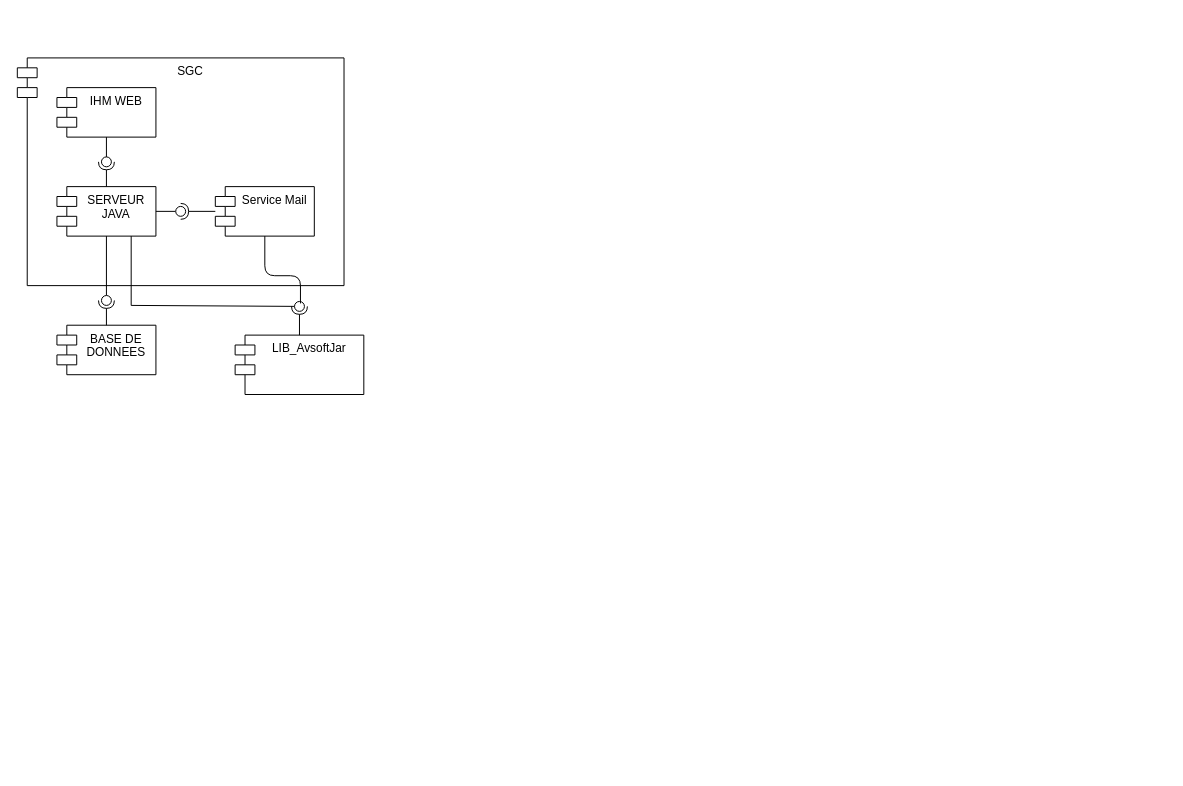
Before: page "Composant" (1 of 3) of Document/Diagramme.drawio in DaeronHTV/AVS_SGC, a draw.io diagram. Source tidied: cells renumbered, new cells numbered last; positions are measured from the earlier drawing's top-left corner, leaving out a move shared by most shapes. Both pictures are drawn from the tidied source at 99%, with x=0, y=0 at pixel (17, 57).
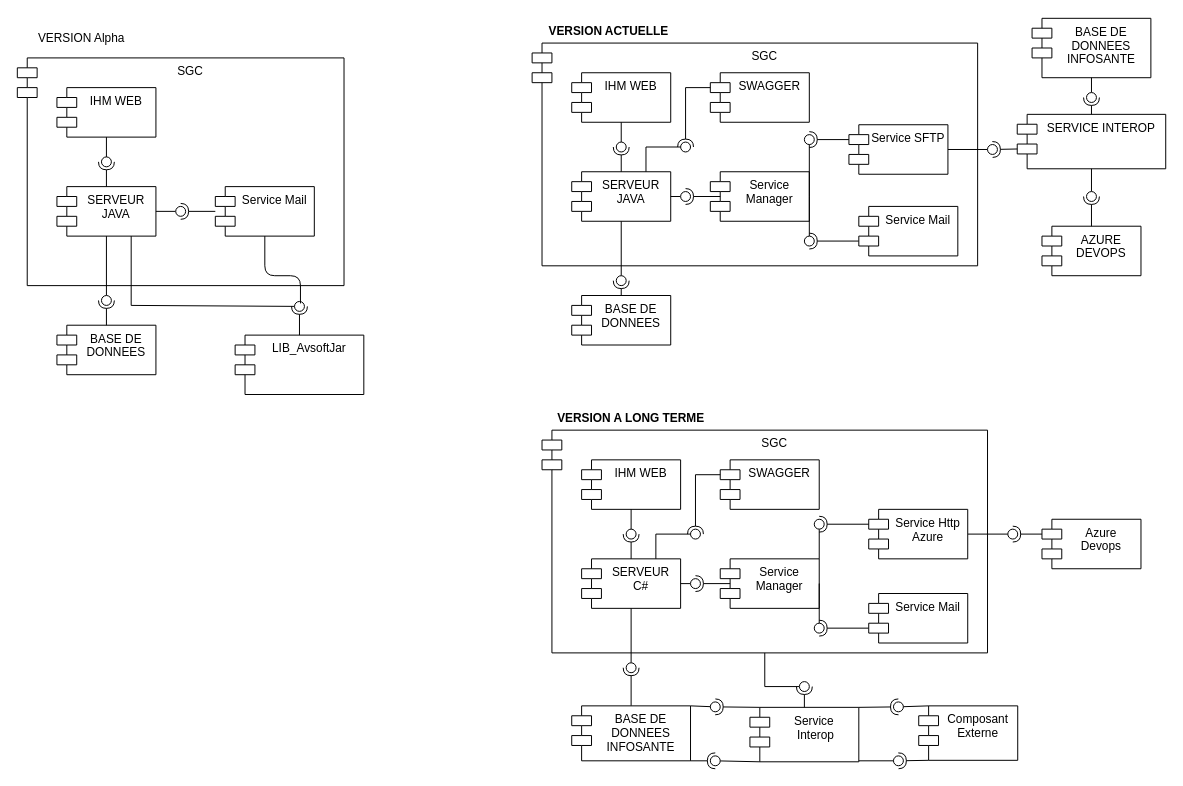
Above is the later version.

The edit, as a diff of the source:
```diff
@@
+    <mxCell id="21" value="SGC" style="shape=module;align=left;spacingLeft=20;align=center;verticalAlign=top;" parent="1" vertex="1">
+      <mxGeometry x="520" y="-15" width="450" height="225" as="geometry" />
+    </mxCell>
+    <mxCell id="22" style="rounded=0;jettySize=auto;html=1;endArrow=halfCircle;endFill=0;entryX=0.5;entryY=0.5;entryDx=0;entryDy=0;endSize=6;strokeWidth=1;exitX=0;exitY=0;exitDx=0;exitDy=35;exitPerimeter=0;" parent="1" edge="1" source="34" target="40">
+      <mxGeometry relative="1" as="geometry" />
+    </mxCell>
+    <mxCell id="23" style="rounded=0;jettySize=auto;html=1;endArrow=halfCircle;endFill=0;entryX=0.5;entryY=0.5;entryDx=0;entryDy=0;endSize=6;strokeWidth=1;exitX=1;exitY=0.5;exitDx=0;exitDy=0;" parent="1" edge="1" source="35" target="38">
+      <mxGeometry relative="1" as="geometry" />
+    </mxCell>
@@
+    <mxCell id="24" value="VERSION Alpha" style="text;html=1;strokeColor=none;fillColor=none;align=center;verticalAlign=middle;whiteSpace=wrap;rounded=0;" parent="1" vertex="1">
+      <mxGeometry x="10" y="-30" width="110" height="20" as="geometry" />
+    </mxCell>
+    <mxCell id="25" value="IHM WEB" style="shape=module;align=left;spacingLeft=20;align=center;verticalAlign=top;" parent="1" vertex="1">
+      <mxGeometry x="560" y="15" width="100" height="50" as="geometry" />
+    </mxCell>
+    <mxCell id="26" value="SERVEUR &#10;JAVA" style="shape=module;align=left;spacingLeft=20;align=center;verticalAlign=top;" parent="1" vertex="1">
+      <mxGeometry x="560" y="115" width="100" height="50" as="geometry" />
+    </mxCell>
+    <mxCell id="27" style="rounded=0;jettySize=auto;html=1;endArrow=none;endFill=0;exitX=0.5;exitY=1;exitDx=0;exitDy=0;" parent="1" edge="1" source="25" target="29">
+      <mxGeometry relative="1" as="geometry" />
+    </mxCell>
+    <mxCell id="28" style="rounded=0;jettySize=auto;html=1;endArrow=halfCircle;endFill=0;entryX=0.5;entryY=0.5;entryDx=0;entryDy=0;endSize=6;strokeWidth=1;exitX=0.5;exitY=0;exitDx=0;exitDy=0;" parent="1" edge="1" source="26" target="29">
+      <mxGeometry relative="1" as="geometry" />
+    </mxCell>
+    <mxCell id="29" style="ellipse;whiteSpace=wrap;html=1;fontFamily=Helvetica;fontSize=12;fontColor=#000000;align=center;strokeColor=#000000;fillColor=#ffffff;points=[];" parent="1" vertex="1">
+      <mxGeometry x="605" y="85" width="10" height="10" as="geometry" />
+    </mxCell>
+    <mxCell id="30" value="BASE DE &#10;DONNEES" style="shape=module;align=left;spacingLeft=20;align=center;verticalAlign=top;" parent="1" vertex="1">
+      <mxGeometry x="560" y="240" width="100" height="50" as="geometry" />
+    </mxCell>
+    <mxCell id="31" style="rounded=0;jettySize=auto;html=1;endArrow=none;endFill=0;exitX=0.5;exitY=1;exitDx=0;exitDy=0;" parent="1" edge="1" source="26" target="33">
+      <mxGeometry relative="1" as="geometry" />
+    </mxCell>
+    <mxCell id="32" style="rounded=0;jettySize=auto;html=1;endArrow=halfCircle;endFill=0;entryX=0.5;entryY=0.5;entryDx=0;entryDy=0;endSize=6;strokeWidth=1;exitX=0.5;exitY=0;exitDx=0;exitDy=0;" parent="1" edge="1" source="30" target="33">
+      <mxGeometry relative="1" as="geometry" />
+    </mxCell>
+    <mxCell id="33" style="ellipse;whiteSpace=wrap;html=1;fontFamily=Helvetica;fontSize=12;fontColor=#000000;align=center;strokeColor=#000000;fillColor=#ffffff;points=[];" parent="1" vertex="1">
+      <mxGeometry x="605" y="220" width="10" height="10" as="geometry" />
+    </mxCell>
+    <mxCell id="34" value="Service Mail" style="shape=module;align=left;spacingLeft=20;align=center;verticalAlign=top;" parent="1" vertex="1">
+      <mxGeometry x="850" y="150" width="100" height="50" as="geometry" />
+    </mxCell>
+    <mxCell id="35" value="Service&#10;Manager" style="shape=module;align=left;spacingLeft=20;align=center;verticalAlign=top;" parent="1" vertex="1">
+      <mxGeometry x="700" y="115" width="100" height="50" as="geometry" />
+    </mxCell>
+    <mxCell id="36" value="SWAGGER" style="shape=module;align=left;spacingLeft=20;align=center;verticalAlign=top;" parent="1" vertex="1">
+      <mxGeometry x="700" y="15" width="100" height="50" as="geometry" />
+    </mxCell>
+    <mxCell id="37" style="rounded=0;jettySize=auto;html=1;endArrow=none;endFill=0;exitX=1;exitY=0.5;exitDx=0;exitDy=0;" parent="1" edge="1" source="26" target="38">
+      <mxGeometry relative="1" as="geometry" />
+    </mxCell>
+    <mxCell id="38" style="ellipse;whiteSpace=wrap;html=1;fontFamily=Helvetica;fontSize=12;fontColor=#000000;align=center;strokeColor=#000000;fillColor=#ffffff;points=[];" parent="1" vertex="1">
+      <mxGeometry x="670" y="135" width="10" height="10" as="geometry" />
+    </mxCell>
+    <mxCell id="39" style="rounded=0;jettySize=auto;html=1;endArrow=none;endFill=0;exitX=1;exitY=0.5;exitDx=0;exitDy=0;" parent="1" edge="1" source="35" target="40">
+      <mxGeometry relative="1" as="geometry" />
+    </mxCell>
+    <mxCell id="40" style="ellipse;whiteSpace=wrap;html=1;fontFamily=Helvetica;fontSize=12;fontColor=#000000;align=center;strokeColor=#000000;fillColor=#ffffff;points=[];" parent="1" vertex="1">
+      <mxGeometry x="795" y="180" width="10" height="10" as="geometry" />
+    </mxCell>
+    <mxCell id="41" style="rounded=0;jettySize=auto;html=1;endArrow=none;endFill=0;exitX=0.75;exitY=0;exitDx=0;exitDy=0;" parent="1" edge="1" source="26" target="43">
+      <mxGeometry relative="1" as="geometry">
+        <Array as="points">
+          <mxPoint x="635" y="90" />
+        </Array>
+      </mxGeometry>
+    </mxCell>
+    <mxCell id="42" style="rounded=0;jettySize=auto;html=1;endArrow=halfCircle;endFill=0;entryX=0.5;entryY=0.5;entryDx=0;entryDy=0;endSize=6;strokeWidth=1;exitX=0;exitY=0;exitDx=0;exitDy=15;exitPerimeter=0;" parent="1" edge="1" source="36" target="43">
+      <mxGeometry relative="1" as="geometry">
+        <Array as="points">
+          <mxPoint x="675" y="30" />
+        </Array>
+      </mxGeometry>
+    </mxCell>
+    <mxCell id="43" style="ellipse;whiteSpace=wrap;html=1;fontFamily=Helvetica;fontSize=12;fontColor=#000000;align=center;strokeColor=#000000;fillColor=#ffffff;points=[];" parent="1" vertex="1">
+      <mxGeometry x="670" y="85" width="10" height="10" as="geometry" />
+    </mxCell>
+    <mxCell id="44" value="SERVICE INTEROP" style="shape=module;align=left;spacingLeft=20;align=center;verticalAlign=top;" parent="1" vertex="1">
+      <mxGeometry x="1010" y="57" width="150" height="55" as="geometry" />
+    </mxCell>
+    <mxCell id="45" style="rounded=0;jettySize=auto;html=1;endArrow=none;endFill=0;exitX=1;exitY=0.5;exitDx=0;exitDy=0;" parent="1" edge="1" source="56" target="47">
+      <mxGeometry relative="1" as="geometry" />
+    </mxCell>
+    <mxCell id="46" style="rounded=0;jettySize=auto;html=1;endArrow=halfCircle;endFill=0;entryX=0.5;entryY=0.5;entryDx=0;entryDy=0;endSize=6;strokeWidth=1;exitX=0;exitY=0;exitDx=0;exitDy=35;exitPerimeter=0;" parent="1" edge="1" source="44" target="47">
+      <mxGeometry relative="1" as="geometry" />
+    </mxCell>
+    <mxCell id="47" style="ellipse;whiteSpace=wrap;html=1;fontFamily=Helvetica;fontSize=12;fontColor=#000000;align=center;strokeColor=#000000;fillColor=#ffffff;points=[];" parent="1" vertex="1">
+      <mxGeometry x="980" y="87.5" width="10" height="10" as="geometry" />
+    </mxCell>
+    <mxCell id="48" value="BASE DE &#10;DONNEES &#10;INFOSANTE" style="shape=module;align=left;spacingLeft=20;align=center;verticalAlign=top;" parent="1" vertex="1">
+      <mxGeometry x="1025" y="-40" width="120" height="60" as="geometry" />
+    </mxCell>
+    <mxCell id="49" style="rounded=0;jettySize=auto;html=1;endArrow=none;endFill=0;exitX=0.5;exitY=1;exitDx=0;exitDy=0;" parent="1" edge="1" source="48" target="51">
+      <mxGeometry relative="1" as="geometry" />
+    </mxCell>
+    <mxCell id="50" style="rounded=0;jettySize=auto;html=1;endArrow=halfCircle;endFill=0;entryX=0.5;entryY=0.5;entryDx=0;entryDy=0;endSize=6;strokeWidth=1;exitX=0.5;exitY=0;exitDx=0;exitDy=0;" parent="1" edge="1" source="44" target="51">
+      <mxGeometry relative="1" as="geometry" />
+    </mxCell>
+    <mxCell id="51" style="ellipse;whiteSpace=wrap;html=1;fontFamily=Helvetica;fontSize=12;fontColor=#000000;align=center;strokeColor=#000000;fillColor=#ffffff;points=[];" parent="1" vertex="1">
+      <mxGeometry x="1080" y="35" width="10" height="10" as="geometry" />
+    </mxCell>
+    <mxCell id="52" value="AZURE&#10;DEVOPS" style="shape=module;align=left;spacingLeft=20;align=center;verticalAlign=top;" parent="1" vertex="1">
+      <mxGeometry x="1035" y="170" width="100" height="50" as="geometry" />
+    </mxCell>
+    <mxCell id="53" style="rounded=0;jettySize=auto;html=1;endArrow=none;endFill=0;exitX=0.5;exitY=1;exitDx=0;exitDy=0;" parent="1" edge="1" source="44" target="55">
+      <mxGeometry relative="1" as="geometry" />
+    </mxCell>
+    <mxCell id="54" style="rounded=0;jettySize=auto;html=1;endArrow=halfCircle;endFill=0;entryX=0.5;entryY=0.5;entryDx=0;entryDy=0;endSize=6;strokeWidth=1;exitX=0.5;exitY=0;exitDx=0;exitDy=0;" parent="1" edge="1" source="52" target="55">
+      <mxGeometry relative="1" as="geometry" />
+    </mxCell>
+    <mxCell id="55" style="ellipse;whiteSpace=wrap;html=1;fontFamily=Helvetica;fontSize=12;fontColor=#000000;align=center;strokeColor=#000000;fillColor=#ffffff;points=[];" parent="1" vertex="1">
+      <mxGeometry x="1080" y="135" width="10" height="10" as="geometry" />
+    </mxCell>
+    <mxCell id="56" value="Service SFTP" style="shape=module;align=left;spacingLeft=20;align=center;verticalAlign=top;" parent="1" vertex="1">
+      <mxGeometry x="840" y="67.5" width="100" height="50" as="geometry" />
+    </mxCell>
+    <mxCell id="57" style="rounded=0;jettySize=auto;html=1;endArrow=none;endFill=0;exitX=1;exitY=0.5;exitDx=0;exitDy=0;" parent="1" edge="1" source="35" target="59">
+      <mxGeometry relative="1" as="geometry" />
+    </mxCell>
+    <mxCell id="58" style="rounded=0;jettySize=auto;html=1;endArrow=halfCircle;endFill=0;entryX=0.5;entryY=0.5;entryDx=0;entryDy=0;endSize=6;strokeWidth=1;exitX=0;exitY=0;exitDx=0;exitDy=15;exitPerimeter=0;" parent="1" edge="1" source="56" target="59">
+      <mxGeometry relative="1" as="geometry" />
+    </mxCell>
+    <mxCell id="59" style="ellipse;whiteSpace=wrap;html=1;fontFamily=Helvetica;fontSize=12;fontColor=#000000;align=center;strokeColor=#000000;fillColor=#ffffff;points=[];" parent="1" vertex="1">
+      <mxGeometry x="795" y="77.5" width="10" height="10" as="geometry" />
+    </mxCell>
+    <mxCell id="60" value="VERSION ACTUELLE" style="text;align=center;fontStyle=1;verticalAlign=middle;spacingLeft=3;spacingRight=3;strokeColor=none;" parent="1" vertex="1">
+      <mxGeometry x="530" y="-41" width="135" height="26" as="geometry" />
+    </mxCell>
+    <mxCell id="61" value="SGC" style="shape=module;align=left;spacingLeft=20;align=center;verticalAlign=top;" parent="1" vertex="1">
+      <mxGeometry x="530" y="376" width="450" height="225" as="geometry" />
+    </mxCell>
+    <mxCell id="62" style="rounded=0;jettySize=auto;html=1;endArrow=halfCircle;endFill=0;entryX=0.5;entryY=0.5;entryDx=0;entryDy=0;endSize=6;strokeWidth=1;exitX=0;exitY=0;exitDx=0;exitDy=35;exitPerimeter=0;" parent="1" edge="1" source="72" target="78">
+      <mxGeometry relative="1" as="geometry" />
+    </mxCell>
+    <mxCell id="63" style="rounded=0;jettySize=auto;html=1;endArrow=halfCircle;endFill=0;entryX=0.5;entryY=0.5;entryDx=0;entryDy=0;endSize=6;strokeWidth=1;exitX=1;exitY=0.5;exitDx=0;exitDy=0;" parent="1" edge="1" source="73" target="76">
+      <mxGeometry relative="1" as="geometry" />
+    </mxCell>
+    <mxCell id="64" value="IHM WEB" style="shape=module;align=left;spacingLeft=20;align=center;verticalAlign=top;" parent="1" vertex="1">
+      <mxGeometry x="570" y="406" width="100" height="50" as="geometry" />
+    </mxCell>
+    <mxCell id="65" value="SERVEUR &#10;C#" style="shape=module;align=left;spacingLeft=20;align=center;verticalAlign=top;" parent="1" vertex="1">
+      <mxGeometry x="570" y="506" width="100" height="50" as="geometry" />
+    </mxCell>
+    <mxCell id="66" style="rounded=0;jettySize=auto;html=1;endArrow=none;endFill=0;exitX=0.5;exitY=1;exitDx=0;exitDy=0;" parent="1" edge="1" source="64" target="68">
+      <mxGeometry relative="1" as="geometry" />
+    </mxCell>
+    <mxCell id="67" style="rounded=0;jettySize=auto;html=1;endArrow=halfCircle;endFill=0;entryX=0.5;entryY=0.5;entryDx=0;entryDy=0;endSize=6;strokeWidth=1;exitX=0.5;exitY=0;exitDx=0;exitDy=0;" parent="1" edge="1" source="65" target="68">
+      <mxGeometry relative="1" as="geometry" />
+    </mxCell>
+    <mxCell id="68" style="ellipse;whiteSpace=wrap;html=1;fontFamily=Helvetica;fontSize=12;fontColor=#000000;align=center;strokeColor=#000000;fillColor=#ffffff;points=[];" parent="1" vertex="1">
+      <mxGeometry x="615" y="476" width="10" height="10" as="geometry" />
+    </mxCell>
+    <mxCell id="69" style="rounded=0;jettySize=auto;html=1;endArrow=none;endFill=0;exitX=0.5;exitY=1;exitDx=0;exitDy=0;" parent="1" edge="1" source="65" target="71">
+      <mxGeometry relative="1" as="geometry" />
+    </mxCell>
+    <mxCell id="70" style="rounded=0;jettySize=auto;html=1;endArrow=halfCircle;endFill=0;entryX=0.5;entryY=0.5;entryDx=0;entryDy=0;endSize=6;strokeWidth=1;exitX=0.5;exitY=0;exitDx=0;exitDy=0;" parent="1" edge="1" source="86" target="71">
+      <mxGeometry relative="1" as="geometry" />
+    </mxCell>
+    <mxCell id="71" style="ellipse;whiteSpace=wrap;html=1;fontFamily=Helvetica;fontSize=12;fontColor=#000000;align=center;strokeColor=#000000;fillColor=#ffffff;points=[];" parent="1" vertex="1">
+      <mxGeometry x="615" y="611" width="10" height="10" as="geometry" />
+    </mxCell>
+    <mxCell id="72" value="Service Mail" style="shape=module;align=left;spacingLeft=20;align=center;verticalAlign=top;" parent="1" vertex="1">
+      <mxGeometry x="860" y="541" width="100" height="50" as="geometry" />
+    </mxCell>
+    <mxCell id="73" value="Service&#10;Manager" style="shape=module;align=left;spacingLeft=20;align=center;verticalAlign=top;" parent="1" vertex="1">
+      <mxGeometry x="710" y="506" width="100" height="50" as="geometry" />
+    </mxCell>
+    <mxCell id="74" value="SWAGGER" style="shape=module;align=left;spacingLeft=20;align=center;verticalAlign=top;" parent="1" vertex="1">
+      <mxGeometry x="710" y="406" width="100" height="50" as="geometry" />
+    </mxCell>
+    <mxCell id="75" style="rounded=0;jettySize=auto;html=1;endArrow=none;endFill=0;exitX=1;exitY=0.5;exitDx=0;exitDy=0;" parent="1" edge="1" source="65" target="76">
+      <mxGeometry relative="1" as="geometry" />
+    </mxCell>
+    <mxCell id="76" style="ellipse;whiteSpace=wrap;html=1;fontFamily=Helvetica;fontSize=12;fontColor=#000000;align=center;strokeColor=#000000;fillColor=#ffffff;points=[];" parent="1" vertex="1">
+      <mxGeometry x="680" y="526" width="10" height="10" as="geometry" />
+    </mxCell>
+    <mxCell id="77" style="rounded=0;jettySize=auto;html=1;endArrow=none;endFill=0;exitX=1;exitY=0.5;exitDx=0;exitDy=0;" parent="1" edge="1" source="73" target="78">
+      <mxGeometry relative="1" as="geometry" />
+    </mxCell>
+    <mxCell id="78" style="ellipse;whiteSpace=wrap;html=1;fontFamily=Helvetica;fontSize=12;fontColor=#000000;align=center;strokeColor=#000000;fillColor=#ffffff;points=[];" parent="1" vertex="1">
+      <mxGeometry x="805" y="571" width="10" height="10" as="geometry" />
+    </mxCell>
+    <mxCell id="79" style="rounded=0;jettySize=auto;html=1;endArrow=none;endFill=0;exitX=0.75;exitY=0;exitDx=0;exitDy=0;" parent="1" edge="1" source="65" target="81">
+      <mxGeometry relative="1" as="geometry">
+        <Array as="points">
+          <mxPoint x="645" y="481" />
+        </Array>
+      </mxGeometry>
+    </mxCell>
+    <mxCell id="80" style="rounded=0;jettySize=auto;html=1;endArrow=halfCircle;endFill=0;entryX=0.5;entryY=0.5;entryDx=0;entryDy=0;endSize=6;strokeWidth=1;exitX=0;exitY=0;exitDx=0;exitDy=15;exitPerimeter=0;" parent="1" edge="1" source="74" target="81">
+      <mxGeometry relative="1" as="geometry">
+        <Array as="points">
+          <mxPoint x="685" y="421" />
+        </Array>
+      </mxGeometry>
+    </mxCell>
+    <mxCell id="81" style="ellipse;whiteSpace=wrap;html=1;fontFamily=Helvetica;fontSize=12;fontColor=#000000;align=center;strokeColor=#000000;fillColor=#ffffff;points=[];" parent="1" vertex="1">
+      <mxGeometry x="680" y="476" width="10" height="10" as="geometry" />
+    </mxCell>
+    <mxCell id="82" value="Service&#10; Interop" style="shape=module;align=left;spacingLeft=20;align=center;verticalAlign=top;" parent="1" vertex="1">
+      <mxGeometry x="740" y="656" width="110" height="55" as="geometry" />
+    </mxCell>
+    <mxCell id="83" style="rounded=0;jettySize=auto;html=1;endArrow=none;endFill=0;exitX=1;exitY=0;exitDx=0;exitDy=0;" parent="1" edge="1" source="86" target="85">
+      <mxGeometry relative="1" as="geometry" />
+    </mxCell>
+    <mxCell id="84" style="rounded=0;jettySize=auto;html=1;endArrow=halfCircle;endFill=0;entryX=0.5;entryY=0.5;entryDx=0;entryDy=0;endSize=6;strokeWidth=1;exitX=0;exitY=0;exitDx=10;exitDy=0;exitPerimeter=0;" parent="1" edge="1" source="82" target="85">
+      <mxGeometry relative="1" as="geometry" />
+    </mxCell>
+    <mxCell id="85" style="ellipse;whiteSpace=wrap;html=1;fontFamily=Helvetica;fontSize=12;fontColor=#000000;align=center;strokeColor=#000000;fillColor=#ffffff;points=[];" parent="1" vertex="1">
+      <mxGeometry x="700" y="650.5" width="10" height="10" as="geometry" />
+    </mxCell>
+    <mxCell id="86" value="BASE DE &#10;DONNEES &#10;INFOSANTE" style="shape=module;align=left;spacingLeft=20;align=center;verticalAlign=top;" parent="1" vertex="1">
+      <mxGeometry x="560" y="654.5" width="120" height="55.5" as="geometry" />
+    </mxCell>
+    <mxCell id="87" value="Azure &#10;Devops" style="shape=module;align=left;spacingLeft=20;align=center;verticalAlign=top;" parent="1" vertex="1">
+      <mxGeometry x="1035" y="466" width="100" height="50" as="geometry" />
+    </mxCell>
+    <mxCell id="88" style="rounded=0;jettySize=auto;html=1;endArrow=none;endFill=0;exitX=1;exitY=0.5;exitDx=0;exitDy=0;" parent="1" edge="1" source="92" target="90">
+      <mxGeometry relative="1" as="geometry" />
+    </mxCell>
+    <mxCell id="89" style="rounded=0;jettySize=auto;html=1;endArrow=halfCircle;endFill=0;entryX=0.5;entryY=0.5;entryDx=0;entryDy=0;endSize=6;strokeWidth=1;exitX=0;exitY=0;exitDx=0;exitDy=15;exitPerimeter=0;" parent="1" edge="1" source="87" target="90">
+      <mxGeometry relative="1" as="geometry" />
+    </mxCell>
+    <mxCell id="90" style="ellipse;whiteSpace=wrap;html=1;fontFamily=Helvetica;fontSize=12;fontColor=#000000;align=center;strokeColor=#000000;fillColor=#ffffff;points=[];" parent="1" vertex="1">
+      <mxGeometry x="1000.5" y="476" width="10" height="10" as="geometry" />
+    </mxCell>
+    <mxCell id="91" value="VERSION A LONG TERME" style="text;align=center;fontStyle=1;verticalAlign=middle;spacingLeft=3;spacingRight=3;strokeColor=none;" parent="1" vertex="1">
+      <mxGeometry x="540" y="350" width="160" height="26" as="geometry" />
+    </mxCell>
+    <mxCell id="92" value="Service Http&#10;Azure" style="shape=module;align=left;spacingLeft=20;align=center;verticalAlign=top;" parent="1" vertex="1">
+      <mxGeometry x="860" y="456" width="100" height="50" as="geometry" />
+    </mxCell>
+    <mxCell id="93" style="rounded=0;jettySize=auto;html=1;endArrow=none;endFill=0;exitX=1;exitY=0;exitDx=0;exitDy=0;" parent="1" edge="1" source="73" target="95">
+      <mxGeometry relative="1" as="geometry" />
+    </mxCell>
+    <mxCell id="94" style="rounded=0;jettySize=auto;html=1;endArrow=halfCircle;endFill=0;entryX=0.5;entryY=0.5;entryDx=0;entryDy=0;endSize=6;strokeWidth=1;exitX=0;exitY=0;exitDx=0;exitDy=15;exitPerimeter=0;" parent="1" edge="1" source="92" target="95">
+      <mxGeometry relative="1" as="geometry" />
+    </mxCell>
+    <mxCell id="95" style="ellipse;whiteSpace=wrap;html=1;fontFamily=Helvetica;fontSize=12;fontColor=#000000;align=center;strokeColor=#000000;fillColor=#ffffff;points=[];" parent="1" vertex="1">
+      <mxGeometry x="805" y="466" width="10" height="10" as="geometry" />
+    </mxCell>
+    <mxCell id="96" style="rounded=0;jettySize=auto;html=1;endArrow=none;endFill=0;exitX=0.5;exitY=1;exitDx=0;exitDy=0;" parent="1" edge="1" source="61" target="98">
+      <mxGeometry relative="1" as="geometry">
+        <Array as="points">
+          <mxPoint x="755" y="635" />
+        </Array>
+      </mxGeometry>
+    </mxCell>
+    <mxCell id="97" style="rounded=0;jettySize=auto;html=1;endArrow=halfCircle;endFill=0;entryX=0.5;entryY=0.5;entryDx=0;entryDy=0;endSize=6;strokeWidth=1;exitX=0.5;exitY=0;exitDx=0;exitDy=0;" parent="1" edge="1" source="82" target="98">
+      <mxGeometry relative="1" as="geometry" />
+    </mxCell>
+    <mxCell id="98" style="ellipse;whiteSpace=wrap;html=1;fontFamily=Helvetica;fontSize=12;fontColor=#000000;align=center;strokeColor=#000000;fillColor=#ffffff;points=[];" parent="1" vertex="1">
+      <mxGeometry x="790" y="630" width="10" height="10" as="geometry" />
+    </mxCell>
+    <mxCell id="99" value="Composant&#10;Externe" style="shape=module;align=left;spacingLeft=20;align=center;verticalAlign=top;" parent="1" vertex="1">
+      <mxGeometry x="910.5" y="654.5" width="100" height="55" as="geometry" />
+    </mxCell>
+    <mxCell id="100" style="rounded=0;jettySize=auto;html=1;endArrow=none;endFill=0;exitX=0;exitY=0;exitDx=10;exitDy=0;exitPerimeter=0;" parent="1" edge="1" source="99" target="102">
+      <mxGeometry relative="1" as="geometry" />
+    </mxCell>
+    <mxCell id="101" style="rounded=0;jettySize=auto;html=1;endArrow=halfCircle;endFill=0;entryX=0.5;entryY=0.5;entryDx=0;entryDy=0;endSize=6;strokeWidth=1;exitX=1;exitY=0;exitDx=0;exitDy=0;" parent="1" edge="1" source="82" target="102">
+      <mxGeometry relative="1" as="geometry" />
+    </mxCell>
+    <mxCell id="102" style="ellipse;whiteSpace=wrap;html=1;fontFamily=Helvetica;fontSize=12;fontColor=#000000;align=center;strokeColor=#000000;fillColor=#ffffff;points=[];" parent="1" vertex="1">
+      <mxGeometry x="885" y="650.5" width="10" height="10" as="geometry" />
+    </mxCell>
+    <mxCell id="103" style="rounded=0;jettySize=auto;html=1;endArrow=none;endFill=0;exitX=0;exitY=1;exitDx=10;exitDy=0;exitPerimeter=0;" parent="1" edge="1" source="82" target="105">
+      <mxGeometry relative="1" as="geometry" />
+    </mxCell>
+    <mxCell id="104" style="rounded=0;jettySize=auto;html=1;endArrow=halfCircle;endFill=0;entryX=0.5;entryY=0.5;entryDx=0;entryDy=0;endSize=6;strokeWidth=1;exitX=1;exitY=1;exitDx=0;exitDy=0;" parent="1" edge="1" source="86" target="105">
+      <mxGeometry relative="1" as="geometry" />
+    </mxCell>
+    <mxCell id="105" style="ellipse;whiteSpace=wrap;html=1;fontFamily=Helvetica;fontSize=12;fontColor=#000000;align=center;strokeColor=#000000;fillColor=#ffffff;points=[];" parent="1" vertex="1">
+      <mxGeometry x="700" y="705" width="10" height="10" as="geometry" />
+    </mxCell>
+    <mxCell id="106" style="rounded=0;jettySize=auto;html=1;endArrow=none;endFill=0;exitX=1;exitY=0.982;exitDx=0;exitDy=0;exitPerimeter=0;" parent="1" edge="1" source="82" target="108">
+      <mxGeometry relative="1" as="geometry" />
+    </mxCell>
+    <mxCell id="107" style="rounded=0;jettySize=auto;html=1;endArrow=halfCircle;endFill=0;entryX=0.5;entryY=0.5;entryDx=0;entryDy=0;endSize=6;strokeWidth=1;exitX=0;exitY=1;exitDx=10;exitDy=0;exitPerimeter=0;" parent="1" edge="1" source="99" target="108">
+      <mxGeometry relative="1" as="geometry" />
+    </mxCell>
+    <mxCell id="108" style="ellipse;whiteSpace=wrap;html=1;fontFamily=Helvetica;fontSize=12;fontColor=#000000;align=center;strokeColor=#000000;fillColor=#ffffff;points=[];" parent="1" vertex="1">
+      <mxGeometry x="885" y="705" width="10" height="10" as="geometry" />
+    </mxCell>
```
